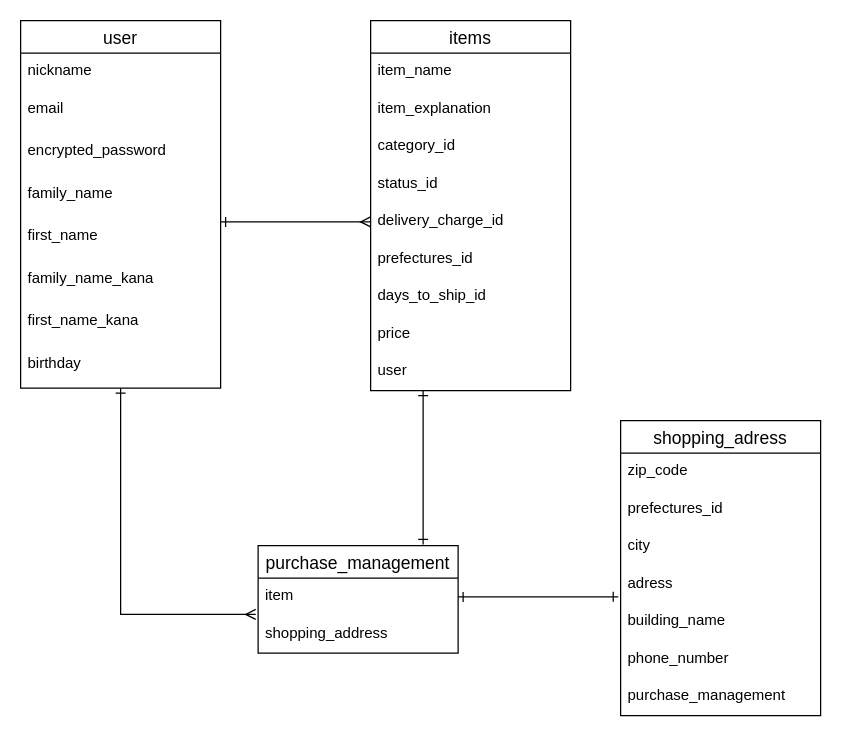
Earlier version of the draw.io diagram furima-35365.dio (na05yuki/furima-35365). Source tidied: cells renumbered, new cells numbered last; positions are measured from the earlier drawing's top-left corner, leaving out a move shared by most shapes. Both pictures are drawn from the tidied source at 125%, with x=0, y=0 at pixel (20, 20).
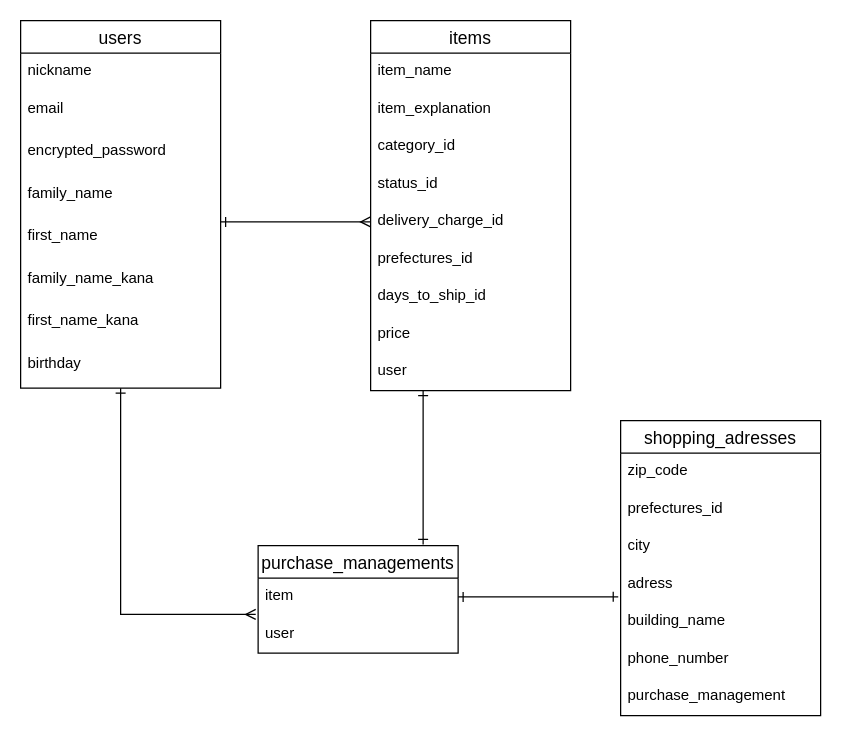
Above is the later version.

Commit message (it also covers changes not shown here):
ER図作成、テーブル設計の修正３

Diff of the diagram source:
```diff
@@
-    <mxCell id="3" value="user" style="swimlane;fontStyle=0;horizontal=1;startSize=26;align=center;fontSize=14;" parent="1" vertex="1">
+    <mxCell id="3" value="users" style="swimlane;fontStyle=0;horizontal=1;startSize=26;align=center;fontSize=14;" parent="1" vertex="1">
       <mxGeometry width="160" height="294" as="geometry" />
     </mxCell>
@@
-    <mxCell id="23" value="purchase_management" style="swimlane;fontStyle=0;horizontal=1;startSize=26;align=center;fontSize=14;" parent="1" vertex="1">
+    <mxCell id="23" value="purchase_managements" style="swimlane;fontStyle=0;horizontal=1;startSize=26;align=center;fontSize=14;" parent="1" vertex="1">
       <mxGeometry x="190" y="420" width="160" height="86" as="geometry" />
     </mxCell>
@@
-    <mxCell id="25" value="shopping_address" style="text;strokeColor=none;fillColor=none;spacingLeft=4;spacingRight=4;overflow=hidden;points=[[0,0.5],[1,0.5]];portConstraint=eastwest;fontSize=12;" parent="23" vertex="1">
+    <mxCell id="25" value="user" style="text;strokeColor=none;fillColor=none;spacingLeft=4;spacingRight=4;overflow=hidden;points=[[0,0.5],[1,0.5]];portConstraint=eastwest;fontSize=12;" parent="23" vertex="1">
       <mxGeometry y="56" width="160" height="30" as="geometry" />
     </mxCell>
-    <mxCell id="26" value="shopping_adress" style="swimlane;fontStyle=0;horizontal=1;startSize=26;align=center;fontSize=14;" parent="1" vertex="1">
+    <mxCell id="26" value="shopping_adresses" style="swimlane;fontStyle=0;horizontal=1;startSize=26;align=center;fontSize=14;" parent="1" vertex="1">
       <mxGeometry x="480" y="320" width="160" height="236" as="geometry" />
     </mxCell>
```
